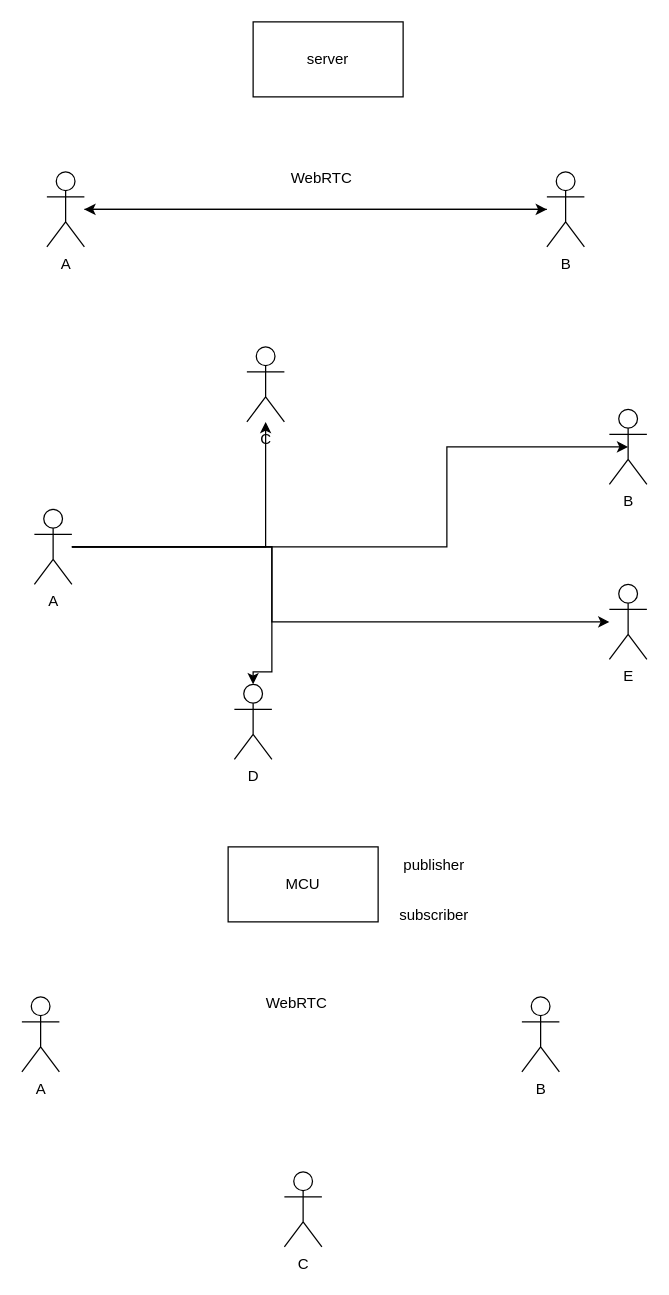
Duchieuctk41/video_call keeps this draw.io diagram as Untitled Diagram.drawio. Above is the earlier version. Source tidied: cells renumbered, new cells numbered last; positions are measured from the earlier drawing's top-left corner, leaving out a move shared by most shapes. Both pictures are drawn from the tidied source at 125%, with x=0, y=0 at pixel (21, 21).
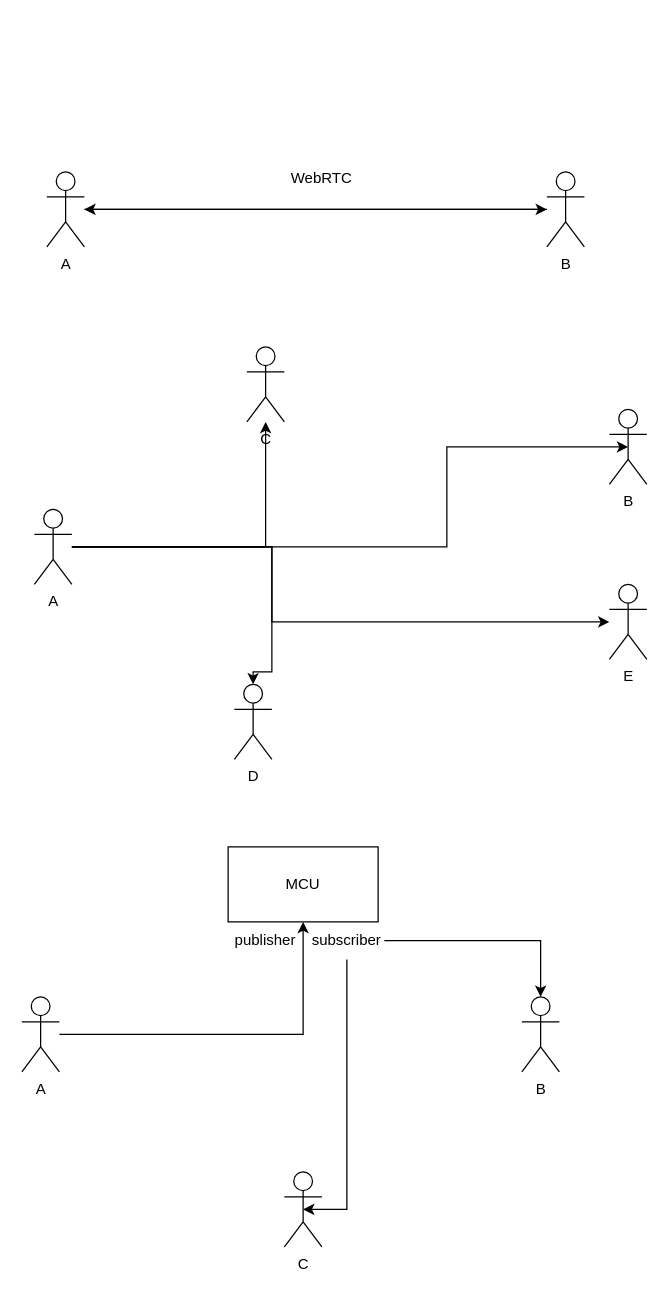
The same page after the edit.

Commit message:
call video model

Unchanged cells that the change refers to:
```xml
<mxCell id="17" value="MCU" style="rounded=0;whiteSpace=wrap;html=1;" parent="1" vertex="1">
  <mxGeometry x="165" y="660" width="120" height="60" as="geometry" />
</mxCell>
<mxCell id="18" value="A" style="shape=umlActor;verticalLabelPosition=bottom;verticalAlign=top;html=1;outlineConnect=0;" parent="1" vertex="1">
  <mxGeometry y="780" width="30" height="60" as="geometry" />
</mxCell>
<mxCell id="19" value="B" style="shape=umlActor;verticalLabelPosition=bottom;verticalAlign=top;html=1;outlineConnect=0;" parent="1" vertex="1">
  <mxGeometry x="400" y="780" width="30" height="60" as="geometry" />
</mxCell>
<mxCell id="21" value="C" style="shape=umlActor;verticalLabelPosition=bottom;verticalAlign=top;html=1;outlineConnect=0;" parent="1" vertex="1">
  <mxGeometry x="210" y="920" width="30" height="60" as="geometry" />
</mxCell>
```

The edit, as a diff of the source:
```diff
@@
-    <mxCell id="13" value="server" style="rounded=0;whiteSpace=wrap;html=1;" parent="1" vertex="1">
-      <mxGeometry x="185" width="120" height="60" as="geometry" />
-    </mxCell>
@@
+    <mxCell id="24" style="edgeStyle=orthogonalEdgeStyle;rounded=0;jettySize=auto;html=1;entryX=0.5;entryY=1;entryDx=0;entryDy=0;" parent="1" edge="1" source="18" target="17">
+      <mxGeometry relative="1" as="geometry" />
+    </mxCell>
@@
-    <mxCell id="20" value="WebRTC" style="text;html=1;strokeColor=none;fillColor=none;align=center;verticalAlign=middle;whiteSpace=wrap;rounded=0;" parent="1" vertex="1">
-      <mxGeometry x="190" y="770" width="60" height="30" as="geometry" />
-    </mxCell>
@@
     <mxCell id="22" value="publisher" style="text;html=1;strokeColor=none;fillColor=none;align=center;verticalAlign=middle;whiteSpace=wrap;rounded=0;" parent="1" vertex="1">
-      <mxGeometry x="300" y="660" width="60" height="30" as="geometry" />
+      <mxGeometry x="165" y="720" width="60" height="30" as="geometry" />
     </mxCell>
+    <mxCell id="25" style="edgeStyle=orthogonalEdgeStyle;rounded=0;jettySize=auto;html=1;" parent="1" edge="1" source="23" target="19">
+      <mxGeometry relative="1" as="geometry" />
+    </mxCell>
+    <mxCell id="26" style="edgeStyle=orthogonalEdgeStyle;rounded=0;jettySize=auto;html=1;entryX=0.5;entryY=0.5;entryDx=0;entryDy=0;entryPerimeter=0;" parent="1" edge="1" source="23" target="21">
+      <mxGeometry relative="1" as="geometry">
+        <Array as="points">
+          <mxPoint x="260" y="950" />
+        </Array>
+      </mxGeometry>
+    </mxCell>
     <mxCell id="23" value="subscriber" style="text;html=1;strokeColor=none;fillColor=none;align=center;verticalAlign=middle;whiteSpace=wrap;rounded=0;" parent="1" vertex="1">
-      <mxGeometry x="300" y="700" width="60" height="30" as="geometry" />
+      <mxGeometry x="230" y="720" width="60" height="30" as="geometry" />
     </mxCell>
```
